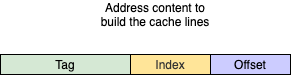
Earlier version of the draw.io export doc/assets/iCache-address.png (dpretet/friscv). Source tidied: cells renumbered, new cells last; positions are measured from the earlier drawing's top-left corner, leaving out a move shared by most shapes.
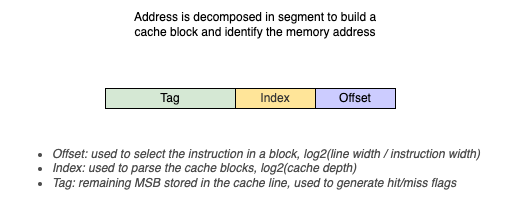
After the change.

Diff of the diagram source:
```diff
@@ -11,8 +11,11 @@
     <mxCell id="4" value="Offset" style="rounded=0;whiteSpace=wrap;html=1;fillColor=#CCCCFF;" parent="1" vertex="1">
       <mxGeometry x="210" y="50" width="80" height="20" as="geometry" />
     </mxCell>
-    <mxCell id="5" value="Address content to build the cache lines" style="text;html=1;strokeColor=none;fillColor=none;align=center;verticalAlign=middle;whiteSpace=wrap;rounded=0;" parent="1" vertex="1">
-      <mxGeometry x="90" width="130" height="20" as="geometry" />
+    <mxCell id="5" value="Address is decomposed in segment to build a cache block and identify the memory address" style="text;html=1;strokeColor=none;fillColor=none;align=center;verticalAlign=middle;whiteSpace=wrap;rounded=0;" parent="1" vertex="1">
+      <mxGeometry x="25" y="-24" width="250" height="20" as="geometry" />
     </mxCell>
+    <mxCell id="6" value="&lt;ul&gt;&lt;li&gt;Offset: used to select the instruction in a block, log2(line width / instruction width)&lt;/li&gt;&lt;li&gt;Index: used to parse the cache blocks, log2(cache depth)&lt;/li&gt;&lt;li&gt;Tag: remaining MSB stored in the cache line, used to generate hit/miss flags&lt;/li&gt;&lt;/ul&gt;" style="text;html=1;strokeColor=none;fillColor=none;align=left;verticalAlign=middle;whiteSpace=wrap;rounded=0;fontStyle=2;fontColor=#4D4D4D;spacing=2;" parent="1" vertex="1">
+      <mxGeometry x="-95" y="85" width="490" height="90" as="geometry" />
+    </mxCell>
   </root>
 </mxGraphModel>
```
